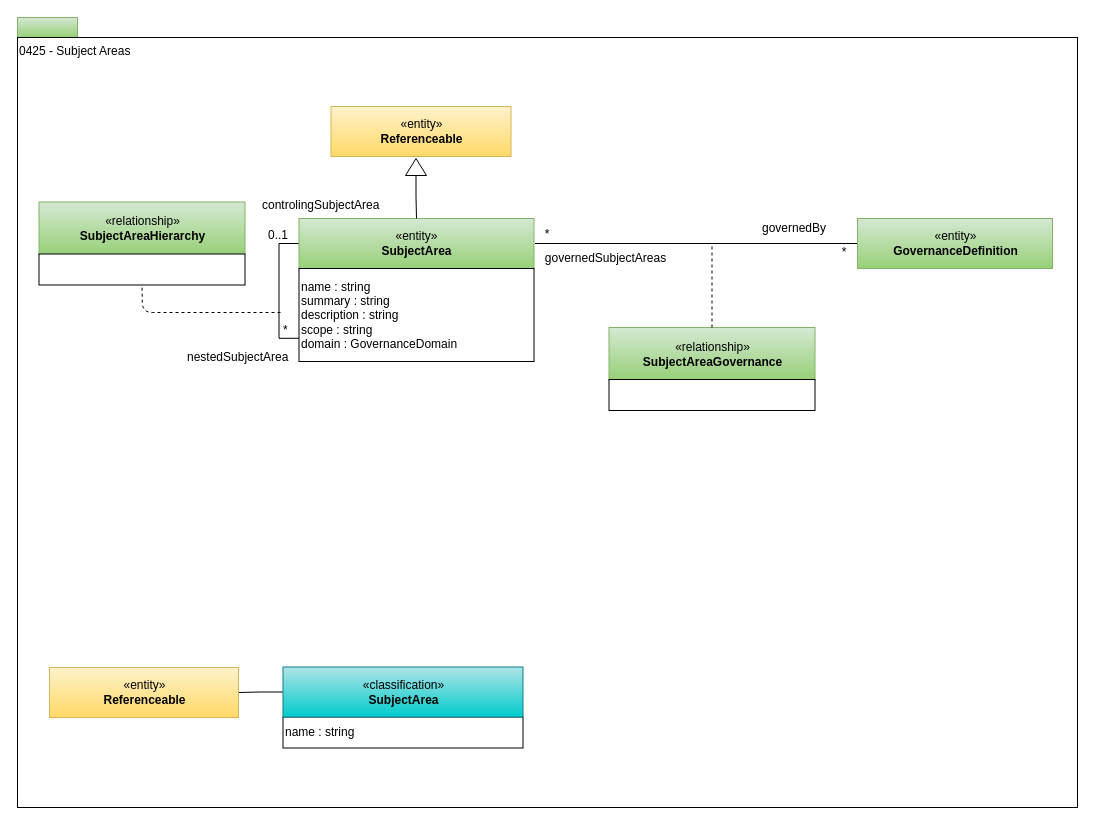
The draw.io diagram page "0425-Subject-Areas" (11 of 24) of open-metadata-publication/website/open-metadata-types/area-4-governance.drawio in planetf1/egeria, before the edit. Source tidied: cells renumbered, new cells numbered last; positions are measured from the earlier drawing's top-left corner, leaving out a move shared by most shapes. Both pictures are drawn from the tidied source at 100%, with x=0, y=0 at pixel (17, 17).
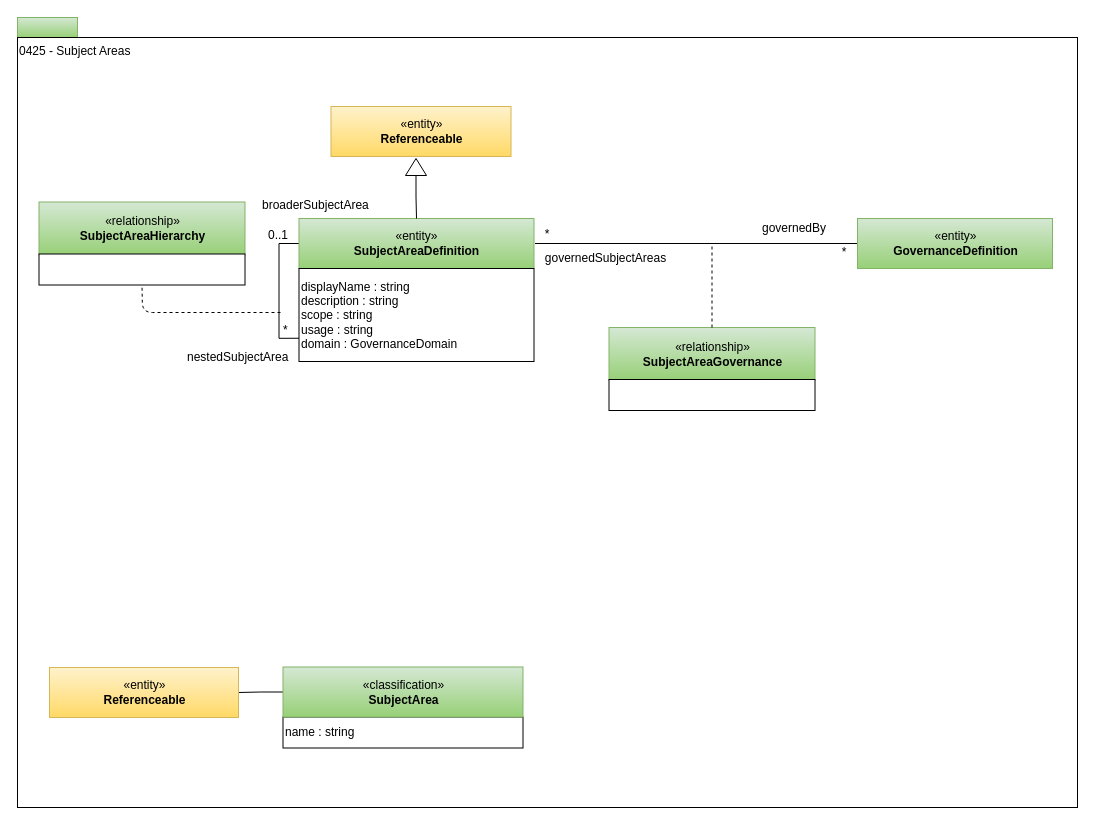
After the change.

The edit, as a diff of the source:
```diff
@@
-    <mxCell id="3" value="0425 - Subject Areas" style="rounded=0;whiteSpace=wrap;html=1;align=left;verticalAlign=top;" parent="1" vertex="1">
+    <mxCell id="3" value="0425 - Subject Areas" style="rounded=0;html=1;align=left;verticalAlign=top;" parent="1" vertex="1">
       <mxGeometry y="20" width="1060" height="770" as="geometry" />
     </mxCell>
@@
-    <mxCell id="7" value="«classification»&lt;br&gt;&lt;b&gt;SubjectArea&lt;/b&gt;" style="html=1;strokeColor=#0e8088;align=center;fillColor=#b0e3e6;gradientColor=#00CCCC;" parent="1" vertex="1">
+    <mxCell id="7" value="«classification»&lt;br&gt;&lt;b&gt;SubjectArea&lt;/b&gt;" style="html=1;strokeColor=#82b366;align=center;fillColor=#d5e8d4;gradientColor=#97d077;" parent="1" vertex="1">
       <mxGeometry x="265.5" y="649.5" width="240" height="50" as="geometry" />
     </mxCell>
@@
-    <mxCell id="9" value="«entity»&lt;br&gt;&lt;b&gt;SubjectArea&lt;/b&gt;" style="html=1;strokeColor=#82b366;align=center;fillColor=#d5e8d4;gradientColor=#97d077;" parent="1" vertex="1">
+    <mxCell id="9" value="«entity»&lt;br&gt;&lt;b&gt;SubjectAreaDefinition&lt;/b&gt;" style="html=1;strokeColor=#82b366;align=center;fillColor=#d5e8d4;gradientColor=#97d077;" parent="1" vertex="1">
       <mxGeometry x="281.5" y="201" width="235" height="50" as="geometry" />
     </mxCell>
@@
-    <mxCell id="13" value="name : string&lt;br&gt;summary : string&lt;br&gt;description : string&lt;br&gt;scope : string&lt;br&gt;domain : GovernanceDomain" style="rounded=0;whiteSpace=wrap;html=1;strokeColor=#000000;gradientColor=#ffffff;align=left;" parent="1" vertex="1">
+    <mxCell id="13" value="displayName : string&lt;br&gt;description : string&lt;br&gt;scope : string&lt;br&gt;usage : string&lt;br&gt;domain : GovernanceDomain" style="rounded=0;whiteSpace=wrap;html=1;strokeColor=#000000;gradientColor=#ffffff;align=left;" parent="1" vertex="1">
       <mxGeometry x="281.5" y="251" width="235" height="93" as="geometry" />
     </mxCell>
@@
-    <mxCell id="26" value="controlingSubjectArea" style="text;html=1;align=left;verticalAlign=top;spacingTop=-4;" parent="1" vertex="1">
-      <mxGeometry x="242.5" y="177.5" width="127" height="14" as="geometry" />
+    <mxCell id="26" value="broaderSubjectArea" style="text;html=1;align=left;verticalAlign=top;spacingTop=-4;" parent="1" vertex="1">
+      <mxGeometry x="242.5" y="177.5" width="117" height="14" as="geometry" />
     </mxCell>
```
